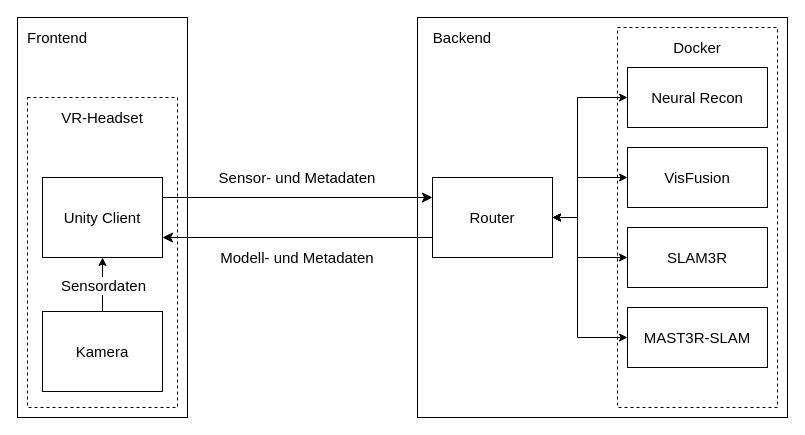
This is figures/gesamt.drawio from leonrohe/Thesis, a draw.io file, before an edit. Source tidied: cells renumbered, new cells numbered last; positions are measured from the earlier drawing's top-left corner, leaving out a move shared by most shapes. Both pictures are drawn from the tidied source at 100%, with x=0, y=0 at pixel (17, 17).
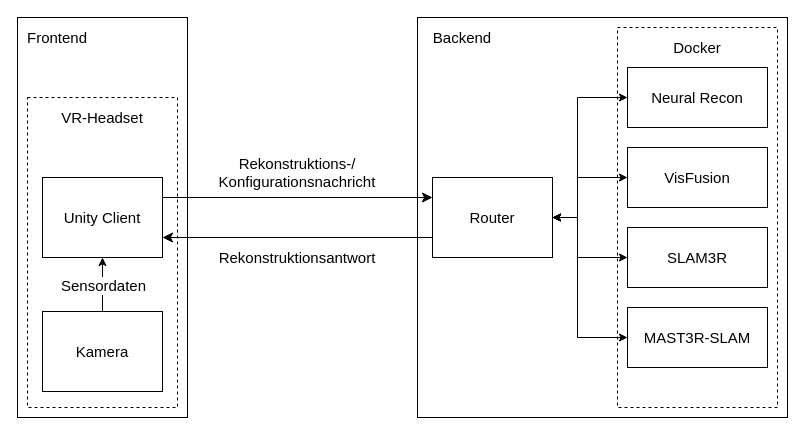
The same page after the edit.

Diff of the diagram source:
```diff
@@
-    <mxCell id="22" value="Sensor- und Metadaten" style="text;html=1;align=center;verticalAlign=middle;whiteSpace=wrap;rounded=0;fontSize=15;" parent="1" vertex="1">
-      <mxGeometry x="200" y="145" width="160" height="30" as="geometry" />
+    <mxCell id="22" value="Rekonstruktions-/&lt;br&gt;Konfigurationsnachricht" style="text;html=1;align=center;verticalAlign=middle;whiteSpace=wrap;rounded=0;fontSize=15;" parent="1" vertex="1">
+      <mxGeometry x="200" y="140" width="160" height="30" as="geometry" />
     </mxCell>
-    <mxCell id="23" value="Modell- und Metadaten" style="text;html=1;align=center;verticalAlign=middle;whiteSpace=wrap;rounded=0;fontSize=15;" parent="1" vertex="1">
+    <mxCell id="23" value="Rekonstruktionsantwort" style="text;html=1;align=center;verticalAlign=middle;whiteSpace=wrap;rounded=0;fontSize=15;" parent="1" vertex="1">
       <mxGeometry x="200" y="225" width="160" height="30" as="geometry" />
     </mxCell>
```
